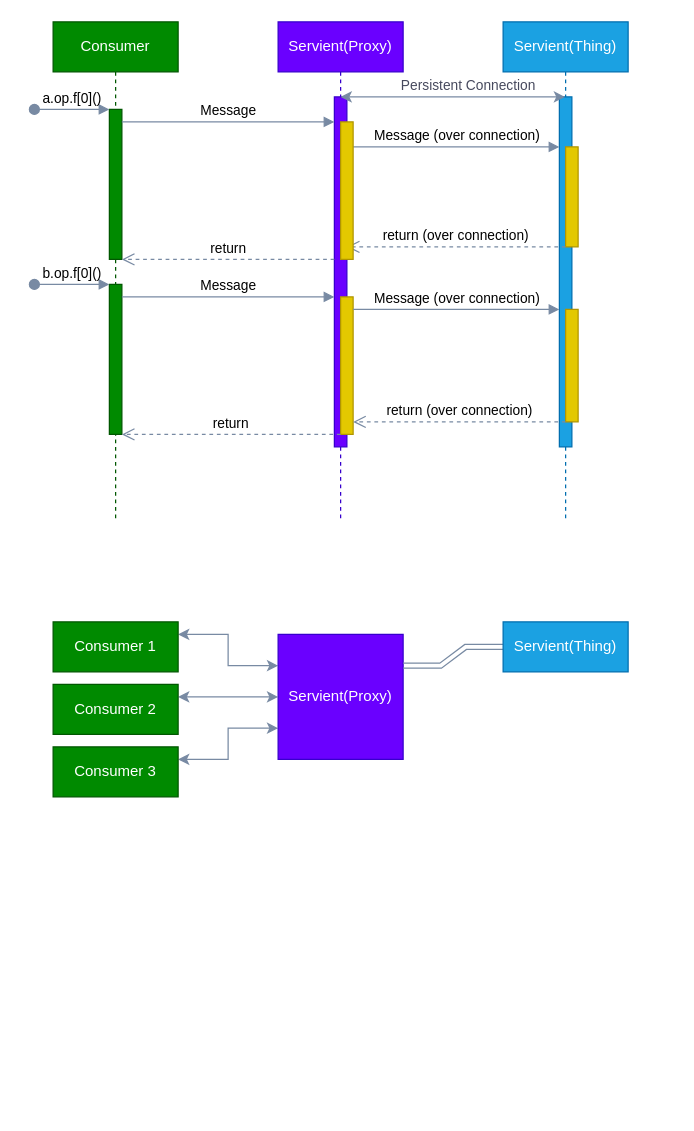
The draw.io diagram page "Proxy" (1 of 5) of planning/ThingDescription/td-next-work-items/images/initial-connection.drawio in w3c/wot, before the edit. Source tidied: cells renumbered, new cells numbered last; positions are measured from the earlier drawing's top-left corner, leaving out a move shared by most shapes. Both pictures are drawn from the tidied source at 125%, with x=0, y=0 at pixel (34, 21).
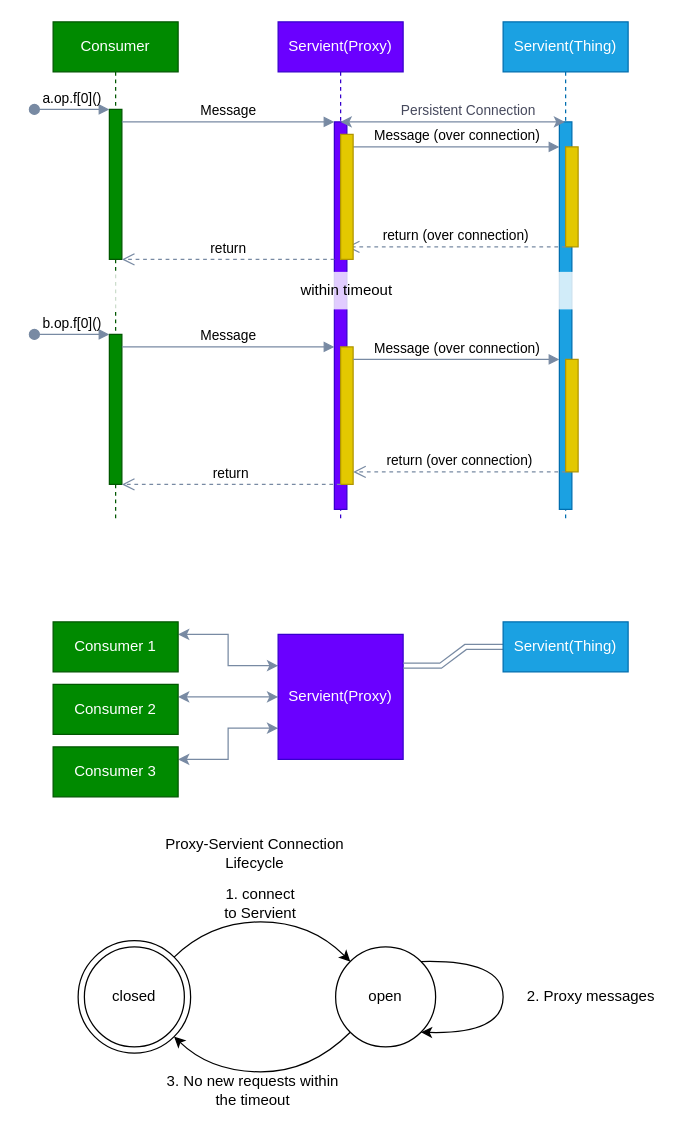
The same page after the edit.

Unchanged cells that the change refers to:
```xml
<mxCell id="2" value="Consumer" style="shape=umlLifeline;perimeter=lifelinePerimeter;whiteSpace=wrap;html=1;newEdgeStyle={&quot;edgeStyle&quot;:&quot;elbowEdgeStyle&quot;,&quot;elbow&quot;:&quot;vertical&quot;,&quot;curved&quot;:0,&quot;rounded&quot;:0};labelBackgroundColor=none;fillColor=#008a00;strokeColor=#005700;fontColor=#ffffff;" parent="1" vertex="1">
  <mxGeometry x="15" width="100" height="400" as="geometry" />
</mxCell>
<mxCell id="7" value="Servient(Proxy)" style="shape=umlLifeline;perimeter=lifelinePerimeter;whiteSpace=wrap;html=1;newEdgeStyle={&quot;edgeStyle&quot;:&quot;elbowEdgeStyle&quot;,&quot;elbow&quot;:&quot;vertical&quot;,&quot;curved&quot;:0,&quot;rounded&quot;:0};labelBackgroundColor=none;fillColor=#6a00ff;strokeColor=#3700CC;fontColor=#ffffff;" parent="1" vertex="1">
  <mxGeometry x="195" width="100" height="400" as="geometry" />
</mxCell>
<mxCell id="12" value="Servient(Thing)" style="shape=umlLifeline;perimeter=lifelinePerimeter;whiteSpace=wrap;html=1;newEdgeStyle={&quot;edgeStyle&quot;:&quot;elbowEdgeStyle&quot;,&quot;elbow&quot;:&quot;vertical&quot;,&quot;curved&quot;:0,&quot;rounded&quot;:0};labelBackgroundColor=none;fillColor=#1ba1e2;strokeColor=#006EAF;fontColor=#ffffff;" parent="1" vertex="1">
  <mxGeometry x="375" width="100" height="400" as="geometry" />
</mxCell>
```

Change to the diagram source:
```diff
@@
     <mxCell id="5" style="html=1;points=[];perimeter=orthogonalPerimeter;outlineConnect=0;targetShapes=umlLifeline;portConstraint=eastwest;newEdgeStyle={&quot;edgeStyle&quot;:&quot;elbowEdgeStyle&quot;,&quot;elbow&quot;:&quot;vertical&quot;,&quot;curved&quot;:0,&quot;rounded&quot;:0};labelBackgroundColor=none;fillColor=#008a00;strokeColor=#005700;fontColor=#ffffff;" parent="2" vertex="1">
-      <mxGeometry x="45" y="210" width="10" height="120" as="geometry" />
+      <mxGeometry x="45" y="250" width="10" height="120" as="geometry" />
     </mxCell>
     <mxCell id="6" value="b.op.f[0]()" style="html=1;verticalAlign=bottom;startArrow=oval;endArrow=block;startSize=8;edgeStyle=elbowEdgeStyle;elbow=vertical;curved=0;rounded=0;labelBackgroundColor=none;strokeColor=#788AA3;fontColor=default;" parent="2" edge="1" target="5">
       <mxGeometry relative="1" as="geometry">
-        <mxPoint x="-15" y="210" as="sourcePoint" />
+        <mxPoint x="-15" y="250" as="sourcePoint" />
       </mxGeometry>
     </mxCell>
@@
     <mxCell id="8" style="html=1;points=[];perimeter=orthogonalPerimeter;outlineConnect=0;targetShapes=umlLifeline;portConstraint=eastwest;newEdgeStyle={&quot;edgeStyle&quot;:&quot;elbowEdgeStyle&quot;,&quot;elbow&quot;:&quot;vertical&quot;,&quot;curved&quot;:0,&quot;rounded&quot;:0};labelBackgroundColor=none;fillColor=#6a00ff;strokeColor=#3700CC;fontColor=#ffffff;" parent="7" vertex="1">
-      <mxGeometry x="45" y="60" width="10" height="280" as="geometry" />
+      <mxGeometry x="45" y="80" width="10" height="310" as="geometry" />
     </mxCell>
     <mxCell id="9" style="html=1;points=[];perimeter=orthogonalPerimeter;outlineConnect=0;targetShapes=umlLifeline;portConstraint=eastwest;newEdgeStyle={&quot;edgeStyle&quot;:&quot;elbowEdgeStyle&quot;,&quot;elbow&quot;:&quot;vertical&quot;,&quot;curved&quot;:0,&quot;rounded&quot;:0};labelBackgroundColor=none;fillColor=#e3c800;strokeColor=#B09500;fontColor=#000000;" parent="7" vertex="1">
-      <mxGeometry x="50" y="220" width="10" height="110" as="geometry" />
+      <mxGeometry x="50" y="260" width="10" height="110" as="geometry" />
     </mxCell>
@@
     <mxCell id="13" style="html=1;points=[];perimeter=orthogonalPerimeter;outlineConnect=0;targetShapes=umlLifeline;portConstraint=eastwest;newEdgeStyle={&quot;edgeStyle&quot;:&quot;elbowEdgeStyle&quot;,&quot;elbow&quot;:&quot;vertical&quot;,&quot;curved&quot;:0,&quot;rounded&quot;:0};labelBackgroundColor=none;fillColor=#1ba1e2;strokeColor=#006EAF;fontColor=#ffffff;" parent="12" vertex="1">
-      <mxGeometry x="45" y="60" width="10" height="280" as="geometry" />
+      <mxGeometry x="45" y="80" width="10" height="310" as="geometry" />
     </mxCell>
@@
     <mxCell id="15" style="html=1;points=[];perimeter=orthogonalPerimeter;outlineConnect=0;targetShapes=umlLifeline;portConstraint=eastwest;newEdgeStyle={&quot;edgeStyle&quot;:&quot;elbowEdgeStyle&quot;,&quot;elbow&quot;:&quot;vertical&quot;,&quot;curved&quot;:0,&quot;rounded&quot;:0};labelBackgroundColor=none;fillColor=#e3c800;strokeColor=#B09500;fontColor=#000000;" parent="12" vertex="1">
-      <mxGeometry x="50" y="230" width="10" height="90" as="geometry" />
+      <mxGeometry x="50" y="270" width="10" height="90" as="geometry" />
     </mxCell>
@@
     <mxCell id="18" style="html=1;points=[];perimeter=orthogonalPerimeter;outlineConnect=0;targetShapes=umlLifeline;portConstraint=eastwest;newEdgeStyle={&quot;edgeStyle&quot;:&quot;elbowEdgeStyle&quot;,&quot;elbow&quot;:&quot;vertical&quot;,&quot;curved&quot;:0,&quot;rounded&quot;:0};labelBackgroundColor=none;fillColor=#e3c800;strokeColor=#B09500;fontColor=#000000;" parent="1" vertex="1">
-      <mxGeometry x="245" y="80" width="10" height="110" as="geometry" />
+      <mxGeometry x="245" y="90" width="10" height="100" as="geometry" />
     </mxCell>
-    <mxCell id="19" value="Message" style="html=1;verticalAlign=bottom;endArrow=block;edgeStyle=elbowEdgeStyle;elbow=vertical;curved=0;rounded=0;labelBackgroundColor=none;strokeColor=#788AA3;fontColor=default;" parent="1" edge="1" source="5" target="8">
+    <mxCell id="19" value="Message" style="html=1;verticalAlign=bottom;endArrow=block;edgeStyle=elbowEdgeStyle;elbow=vertical;curved=0;rounded=0;labelBackgroundColor=none;strokeColor=#788AA3;fontColor=default;" parent="1" edge="1" source="5">
       <mxGeometry relative="1" as="geometry">
+        <mxPoint x="240" y="260" as="targetPoint" />
         <Array as="points">
-          <mxPoint x="160" y="220" />
+          <mxPoint x="160" y="260" />
         </Array>
       </mxGeometry>
     </mxCell>
     <mxCell id="20" value="Message (over connection)" style="html=1;verticalAlign=bottom;endArrow=block;edgeStyle=elbowEdgeStyle;elbow=vertical;curved=0;rounded=0;labelBackgroundColor=none;strokeColor=#788AA3;fontColor=default;" parent="1" edge="1">
       <mxGeometry relative="1" as="geometry">
-        <mxPoint x="255" y="230" as="sourcePoint" />
-        <mxPoint x="420" y="230" as="targetPoint" />
+        <mxPoint x="255" y="270" as="sourcePoint" />
+        <mxPoint x="420" y="270" as="targetPoint" />
         <Array as="points">
-          <mxPoint x="340" y="230" />
+          <mxPoint x="340" y="270" />
         </Array>
       </mxGeometry>
     </mxCell>
     <mxCell id="21" value="return (over connection)" style="html=1;verticalAlign=bottom;endArrow=open;dashed=1;endSize=8;edgeStyle=elbowEdgeStyle;elbow=vertical;curved=0;rounded=0;labelBackgroundColor=none;strokeColor=#788AA3;fontColor=default;" parent="1" edge="1" source="15" target="9">
       <mxGeometry relative="1" as="geometry">
         <Array as="points">
-          <mxPoint x="355" y="320" />
+          <mxPoint x="355" y="360" />
         </Array>
       </mxGeometry>
     </mxCell>
     <mxCell id="22" value="return" style="html=1;verticalAlign=bottom;endArrow=open;dashed=1;endSize=8;edgeStyle=elbowEdgeStyle;elbow=vertical;curved=0;rounded=0;labelBackgroundColor=none;strokeColor=#788AA3;fontColor=default;" parent="1" edge="1" source="9" target="5">
       <mxGeometry relative="1" as="geometry">
         <Array as="points">
-          <mxPoint x="170" y="330" />
+          <mxPoint x="170" y="370" />
         </Array>
       </mxGeometry>
     </mxCell>
@@
     <mxCell id="32" style="endArrow=classic;startArrow=classic;html=1;rounded=0;strokeColor=#788AA3;fontColor=#46495D;fillColor=#B2C9AB;" parent="1" edge="1">
       <mxGeometry relative="1" as="geometry">
-        <mxPoint x="245" y="60" as="sourcePoint" />
-        <mxPoint x="424.5" y="60" as="targetPoint" />
+        <mxPoint x="245" y="80" as="sourcePoint" />
+        <mxPoint x="424.5" y="80" as="targetPoint" />
       </mxGeometry>
     </mxCell>
@@
+    <mxCell id="34" value="within timeout" style="text;html=1;align=center;verticalAlign=middle;whiteSpace=wrap;rounded=0;fillColor=default;opacity=80;" parent="1" vertex="1">
+      <mxGeometry x="-5" y="200" width="510" height="30" as="geometry" />
+    </mxCell>
+    <mxCell id="35" value="Proxy-Servient Connection Lifecycle" style="text;html=1;strokeColor=none;fillColor=none;align=center;verticalAlign=middle;whiteSpace=wrap;rounded=0;" parent="1" vertex="1">
+      <mxGeometry x="95" y="650" width="162.5" height="30" as="geometry" />
+    </mxCell>
+    <mxCell id="36" style="ellipse;whiteSpace=wrap;html=1;fillColor=none;" parent="1" vertex="1">
+      <mxGeometry x="35" y="735" width="90" height="90" as="geometry" />
+    </mxCell>
+    <mxCell id="37" value="closed" style="ellipse;whiteSpace=wrap;html=1;fillColor=default;" parent="1" vertex="1">
+      <mxGeometry x="40" y="740" width="80" height="80" as="geometry" />
+    </mxCell>
+    <mxCell id="38" value="open" style="ellipse;whiteSpace=wrap;html=1;fillColor=default;" parent="1" vertex="1">
+      <mxGeometry x="241" y="740" width="80" height="80" as="geometry" />
+    </mxCell>
+    <mxCell id="39" style="curved=1;endArrow=classic;html=1;rounded=0;entryX=0;entryY=0;entryDx=0;entryDy=0;exitX=1;exitY=0;exitDx=0;exitDy=0;" parent="1" edge="1" source="36" target="38">
+      <mxGeometry relative="1" as="geometry">
+        <Array as="points">
+          <mxPoint x="141" y="720" />
+          <mxPoint x="221" y="720" />
+        </Array>
+      </mxGeometry>
+    </mxCell>
+    <mxCell id="40" value="1. connect to Servient" style="text;html=1;strokeColor=none;fillColor=none;align=center;verticalAlign=middle;whiteSpace=wrap;rounded=0;" parent="1" vertex="1">
+      <mxGeometry x="151" y="690" width="60" height="30" as="geometry" />
+    </mxCell>
+    <mxCell id="41" style="curved=1;endArrow=classic;html=1;rounded=0;entryX=1;entryY=1;entryDx=0;entryDy=0;exitX=0;exitY=1;exitDx=0;exitDy=0;" parent="1" edge="1" source="38" target="36">
+      <mxGeometry relative="1" as="geometry">
+        <Array as="points">
+          <mxPoint x="221" y="840" />
+          <mxPoint x="141" y="840" />
+        </Array>
+      </mxGeometry>
+    </mxCell>
+    <mxCell id="42" value="3. No new requests within the timeout" style="text;html=1;strokeColor=none;fillColor=none;align=center;verticalAlign=middle;whiteSpace=wrap;rounded=0;" parent="1" vertex="1">
+      <mxGeometry x="105" y="840" width="140" height="30" as="geometry" />
+    </mxCell>
+    <mxCell id="43" style="curved=1;endArrow=classic;html=1;entryX=1;entryY=1;entryDx=0;entryDy=0;exitX=1;exitY=0;exitDx=0;exitDy=0;" parent="1" edge="1" source="38" target="38">
+      <mxGeometry relative="1" as="geometry">
+        <Array as="points">
+          <mxPoint x="375" y="750" />
+          <mxPoint x="375" y="810" />
+        </Array>
+      </mxGeometry>
+    </mxCell>
+    <mxCell id="44" value="2. Proxy messages" style="text;html=1;align=center;verticalAlign=middle;strokeColor=none;fillColor=none;" parent="1" vertex="1">
+      <mxGeometry x="380" y="765" width="130" height="30" as="geometry" />
+    </mxCell>
```
